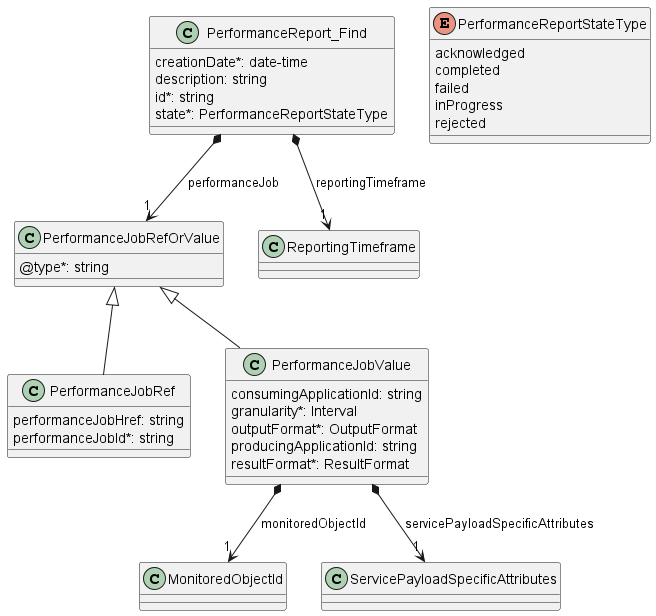
The PlantUML diagram documentation/serviceApi/pm/performance/media/useCase19Model.png in MEF-GIT/MEF-LSO-Legato-SDK, before a commit.
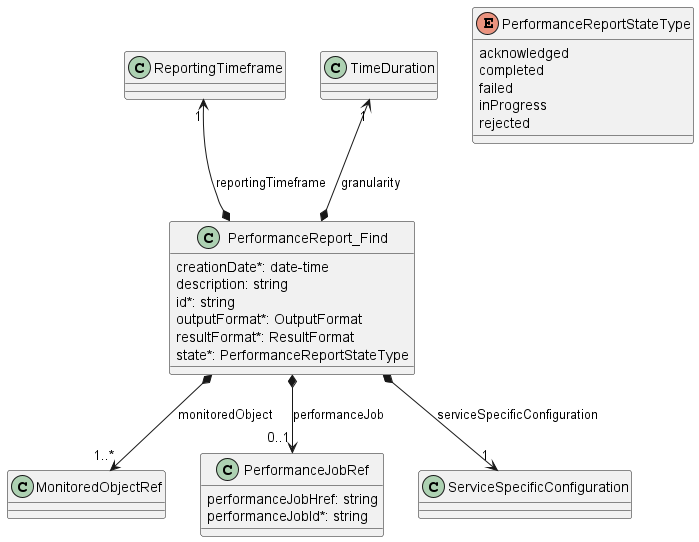
After the change.

Diff of the diagram source:
```diff
@@ -1,14 +1,20 @@
 @startuml useCase19Model
 
 class PerformanceReport_Find {
+
     creationDate*: date-time
     description: string
     id*: string
+    outputFormat*: OutputFormat
+    resultFormat*: ResultFormat
     state*: PerformanceReportStateType
 }
 
-PerformanceReport_Find *--> "1" PerformanceJobRefOrValue : performanceJob
-PerformanceReport_Find *--> "1" ReportingTimeframe : reportingTimeframe
+PerformanceReport_Find *-u->"1" TimeDuration : granularity
+PerformanceReport_Find *-->"1..*" MonitoredObjectRef : monitoredObject
+PerformanceReport_Find *-->"0..1" PerformanceJobRef : performanceJob
+PerformanceReport_Find *-u->"1" ReportingTimeframe : reportingTimeframe
+PerformanceReport_Find *-->"1" ServiceSpecificConfiguration : serviceSpecificConfiguration
 
 enum PerformanceReportStateType {
 
@@ -19,29 +25,10 @@
     rejected
 }
 
-class PerformanceJobRefOrValue {
-    @type*: string
-}
-
 class PerformanceJobRef {
 
     performanceJobHref: string
     performanceJobId*: string
 }
-PerformanceJobRefOrValue <|-- PerformanceJobRef
-
-class PerformanceJobValue {
-
-    consumingApplicationId: string
-    granularity*: Interval
-    outputFormat*: OutputFormat
-    producingApplicationId: string
-    resultFormat*: ResultFormat
-}
-PerformanceJobRefOrValue <|-- PerformanceJobValue
-
-PerformanceJobValue *-->"1" MonitoredObjectId : monitoredObjectId
-PerformanceJobValue *-->"1" ServicePayloadSpecificAttributes : servicePayloadSpecificAttributes
-
 
 @enduml
```
